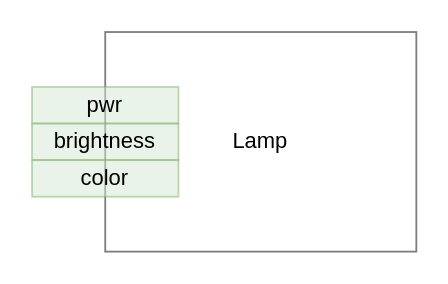
This is page "Lamp 0" (3 of 6) of hsm.drawio from guitarvydas/hsm, a draw.io file, before an edit. Source tidied: cells renumbered, new cells numbered last; positions are measured from the earlier drawing's top-left corner, leaving out a move shared by most shapes. Both pictures are drawn from the tidied source at 183%, with x=0, y=0 at pixel (31, 31).
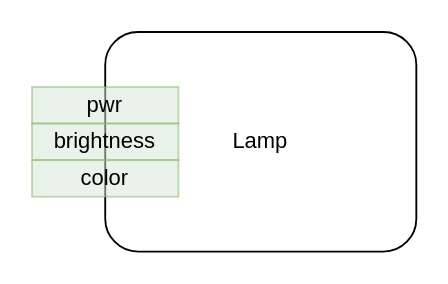
Above is the later version.

Diff of the diagram source:
```diff
@@
 <mxGraphModel>
   <root>
     <mxCell id="0" />
     <mxCell id="1" parent="0" />
-    <mxCell id="2" value="Lamp" style="rounded=0;whiteSpace=wrap;html=1;shadow=0;opacity=50;" parent="1" vertex="1">
+    <mxCell id="2" value="Lamp" style="rounded=1;whiteSpace=wrap;html=1;" parent="1" vertex="1">
       <mxGeometry x="40" width="170" height="120" as="geometry" />
     </mxCell>
     <mxCell id="3" value="pwr" style="rounded=0;whiteSpace=wrap;html=1;shadow=0;opacity=50;fillColor=#d5e8d4;strokeColor=#82b366;" parent="1" vertex="1">
       <mxGeometry y="30" width="80" height="20" as="geometry" />
     </mxCell>
     <mxCell id="4" value="brightness" style="rounded=0;whiteSpace=wrap;html=1;shadow=0;opacity=50;fillColor=#d5e8d4;strokeColor=#82b366;" parent="1" vertex="1">
       <mxGeometry y="50" width="80" height="20" as="geometry" />
     </mxCell>
     <mxCell id="5" value="color" style="rounded=0;whiteSpace=wrap;html=1;shadow=0;opacity=50;fillColor=#d5e8d4;strokeColor=#82b366;" parent="1" vertex="1">
       <mxGeometry y="70" width="80" height="20" as="geometry" />
     </mxCell>
   </root>
 </mxGraphModel>
```
